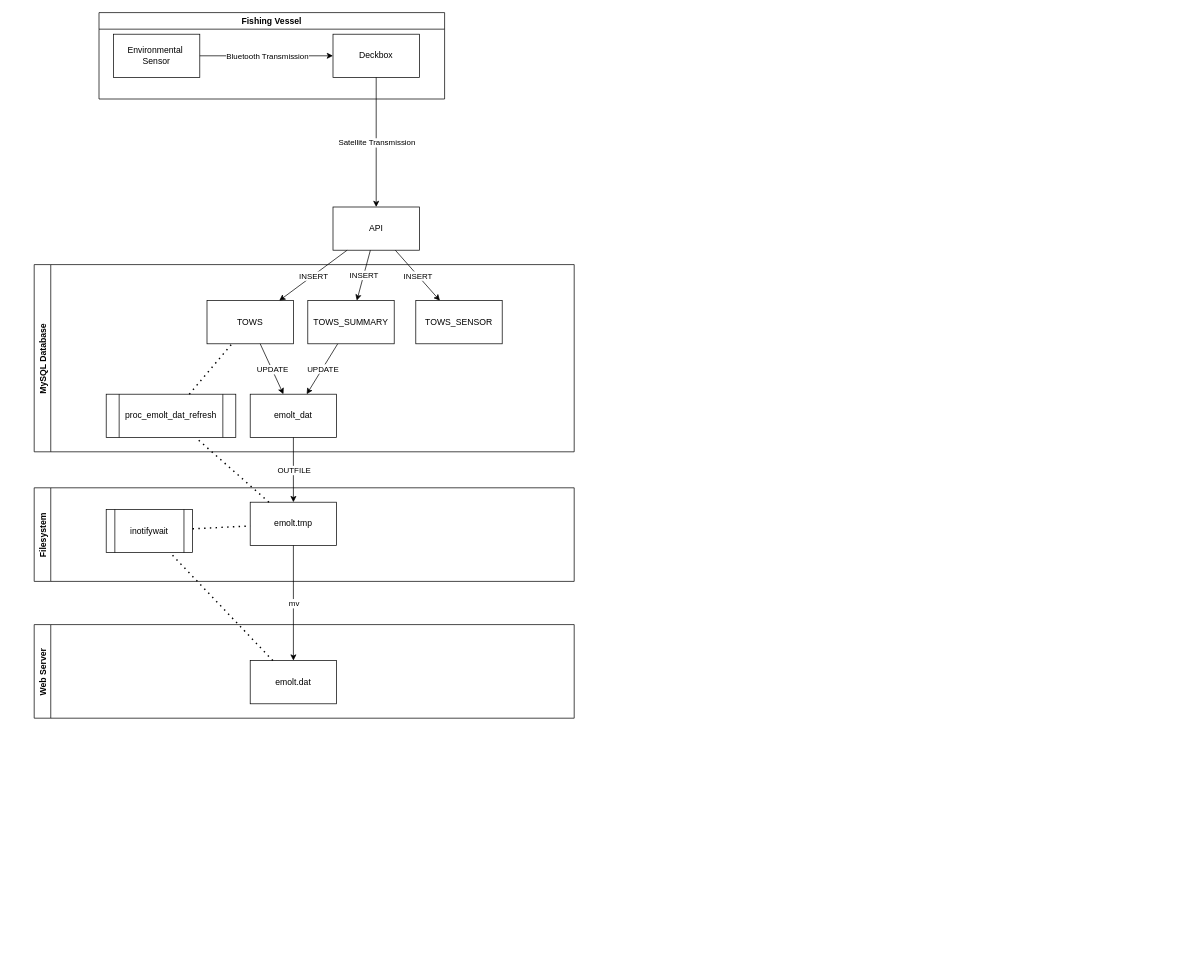
The draw.io diagram emolt_dat_process.drawio in GMaynard1/emolt_serverside, before the edit. Source tidied: cells renumbered, new cells numbered last; positions are measured from the earlier drawing's top-left corner, leaving out a move shared by most shapes. Both pictures are drawn from the tidied source at 72%, with x=0, y=0 at pixel (34, 12).
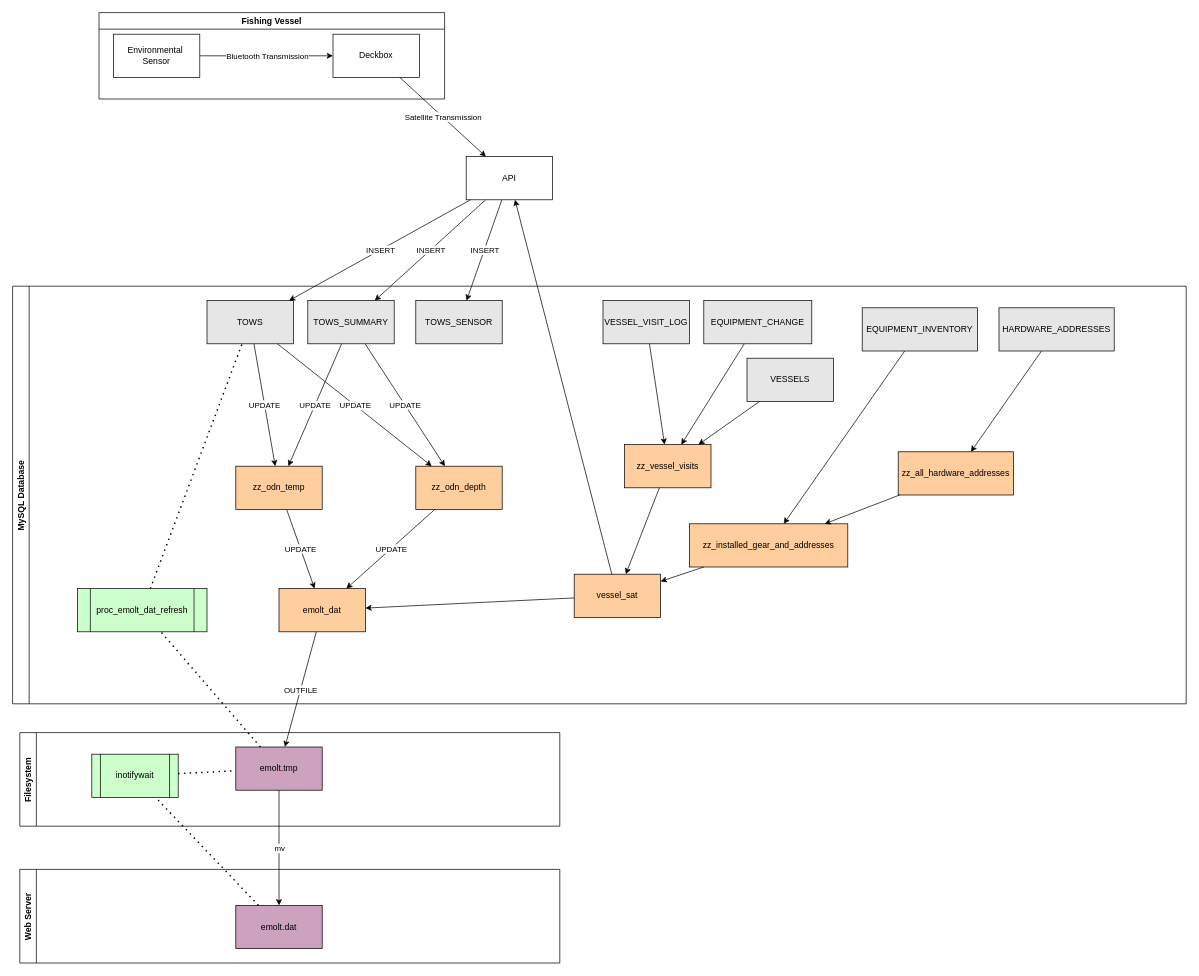
The same diagram, later.

Diff of the diagram source:
```diff
@@
     <mxCell id="7" value="API" style="rounded=0;whiteSpace=wrap;html=1;" parent="1" vertex="1">
-      <mxGeometry x="415" y="270" width="120" height="60" as="geometry" />
+      <mxGeometry x="600" y="200" width="120" height="60" as="geometry" />
     </mxCell>
@@
-    <mxCell id="10" value="TOWS" style="rounded=0;whiteSpace=wrap;html=1;" parent="1" vertex="1">
+    <mxCell id="10" value="TOWS" style="rounded=0;whiteSpace=wrap;html=1;fillColor=#E6E6E6;" parent="1" vertex="1">
       <mxGeometry x="240" y="400" width="120" height="60" as="geometry" />
     </mxCell>
-    <mxCell id="11" value="TOWS_SUMMARY" style="rounded=0;whiteSpace=wrap;html=1;" parent="1" vertex="1">
+    <mxCell id="11" value="TOWS_SUMMARY" style="rounded=0;whiteSpace=wrap;html=1;fillColor=#E6E6E6;" parent="1" vertex="1">
       <mxGeometry x="380" y="400" width="120" height="60" as="geometry" />
     </mxCell>
-    <mxCell id="12" value="TOWS_SENSOR" style="rounded=0;whiteSpace=wrap;html=1;" parent="1" vertex="1">
+    <mxCell id="12" value="TOWS_SENSOR" style="rounded=0;whiteSpace=wrap;html=1;fillColor=#E6E6E6;" parent="1" vertex="1">
       <mxGeometry x="530" y="400" width="120" height="60" as="geometry" />
     </mxCell>
-    <mxCell id="13" value="emolt_dat" style="rounded=0;whiteSpace=wrap;html=1;" parent="1" vertex="1">
-      <mxGeometry x="300" y="530" width="120" height="60" as="geometry" />
-    </mxCell>
@@
-    <mxCell id="20" style="endArrow=classic;html=1;rounded=0;" parent="1" edge="1" source="10" target="13">
-      <mxGeometry relative="1" as="geometry" />
-    </mxCell>
-    <mxCell id="21" value="UPDATE" style="edgeLabel;html=1;align=center;verticalAlign=middle;" parent="20" vertex="1">
-      <mxGeometry relative="1" as="geometry" />
-    </mxCell>
-    <mxCell id="22" style="endArrow=classic;html=1;rounded=0;" parent="1" edge="1" source="11" target="13">
-      <mxGeometry relative="1" as="geometry" />
-    </mxCell>
-    <mxCell id="23" value="UPDATE" style="edgeLabel;html=1;align=center;verticalAlign=middle;" parent="22" vertex="1">
-      <mxGeometry relative="1" as="geometry" />
-    </mxCell>
-    <mxCell id="24" value="emolt.tmp" style="rounded=0;whiteSpace=wrap;html=1;" parent="1" vertex="1">
-      <mxGeometry x="300" y="680" width="120" height="60" as="geometry" />
+    <mxCell id="24" value="emolt.tmp" style="rounded=0;whiteSpace=wrap;html=1;fillColor=#CDA2BE;" parent="1" vertex="1">
+      <mxGeometry x="280" y="1020" width="120" height="60" as="geometry" />
     </mxCell>
@@
-    <mxCell id="27" value="emolt.dat" style="rounded=0;whiteSpace=wrap;html=1;" parent="1" vertex="1">
-      <mxGeometry x="300" y="900" width="120" height="60" as="geometry" />
+    <mxCell id="27" value="emolt.dat" style="rounded=0;whiteSpace=wrap;html=1;fillColor=#CDA2BE;" parent="1" vertex="1">
+      <mxGeometry x="280" y="1240" width="120" height="60" as="geometry" />
     </mxCell>
@@
-    <mxCell id="30" value="proc_emolt_dat_refresh" style="shape=process;whiteSpace=wrap;html=1;backgroundOutline=1;" parent="1" vertex="1">
-      <mxGeometry x="100" y="530" width="180" height="60" as="geometry" />
-    </mxCell>
@@
-    <mxCell id="33" value="inotifywait" style="shape=process;whiteSpace=wrap;html=1;backgroundOutline=1;" parent="1" vertex="1">
-      <mxGeometry x="100" y="690" width="120" height="60" as="geometry" />
+    <mxCell id="33" value="inotifywait" style="shape=process;whiteSpace=wrap;html=1;backgroundOutline=1;fillColor=#CCFFCC;" parent="1" vertex="1">
+      <mxGeometry x="80" y="1030" width="120" height="60" as="geometry" />
     </mxCell>
@@
     <mxCell id="36" value="MySQL Database" style="swimlane;horizontal=0;" parent="1" vertex="1">
-      <mxGeometry y="350" width="750" height="260" as="geometry" />
+      <mxGeometry x="-30" y="380" width="1630" height="580" as="geometry" />
     </mxCell>
+    <mxCell id="39" value="vessel_sat" style="rounded=0;whiteSpace=wrap;html=1;fillColor=#FFCE9F;" parent="36" vertex="1">
+      <mxGeometry x="780" y="400" width="120" height="60" as="geometry" />
+    </mxCell>
+    <mxCell id="13" value="emolt_dat" style="rounded=0;whiteSpace=wrap;html=1;fillColor=#FFCE9F;" parent="36" vertex="1">
+      <mxGeometry x="370" y="420" width="120" height="60" as="geometry" />
+    </mxCell>
+    <mxCell id="30" value="proc_emolt_dat_refresh" style="shape=process;whiteSpace=wrap;html=1;backgroundOutline=1;fillColor=#CCFFCC;" parent="36" vertex="1">
+      <mxGeometry x="90" y="420" width="180" height="60" as="geometry" />
+    </mxCell>
+    <mxCell id="40" value="zz_odn_temp" style="rounded=0;whiteSpace=wrap;html=1;fillColor=#FFCE9F;" parent="36" vertex="1">
+      <mxGeometry x="310" y="250" width="120" height="60" as="geometry" />
+    </mxCell>
+    <mxCell id="41" value="zz_odn_depth" style="rounded=0;whiteSpace=wrap;html=1;fillColor=#FFCE9F;" parent="36" vertex="1">
+      <mxGeometry x="560" y="250" width="120" height="60" as="geometry" />
+    </mxCell>
+    <mxCell id="22" style="endArrow=classic;html=1;rounded=0;" parent="36" edge="1" source="39" target="13">
+      <mxGeometry relative="1" as="geometry" />
+    </mxCell>
+    <mxCell id="42" style="endArrow=classic;html=1;rounded=0;" parent="36" edge="1" source="40" target="13">
+      <mxGeometry relative="1" as="geometry" />
+    </mxCell>
+    <mxCell id="43" value="UPDATE" style="edgeLabel;html=1;align=center;verticalAlign=middle;" parent="42" vertex="1">
+      <mxGeometry relative="1" as="geometry" />
+    </mxCell>
+    <mxCell id="44" style="endArrow=classic;html=1;rounded=0;" parent="36" edge="1" source="41" target="13">
+      <mxGeometry relative="1" as="geometry" />
+    </mxCell>
+    <mxCell id="45" value="UPDATE" style="edgeLabel;html=1;align=center;verticalAlign=middle;" parent="44" vertex="1">
+      <mxGeometry relative="1" as="geometry" />
+    </mxCell>
+    <mxCell id="46" value="zz_vessel_visits" style="rounded=0;whiteSpace=wrap;html=1;strokeColor=#000000;fillColor=#FFCE9F;" parent="36" vertex="1">
+      <mxGeometry x="850" y="220" width="120" height="60" as="geometry" />
+    </mxCell>
+    <mxCell id="47" value="zz_installed_gear_and_addresses" style="rounded=0;whiteSpace=wrap;html=1;strokeColor=#000000;fillColor=#FFCE9F;" parent="36" vertex="1">
+      <mxGeometry x="940" y="330" width="220" height="60" as="geometry" />
+    </mxCell>
+    <mxCell id="48" style="endArrow=classic;html=1;rounded=0;" parent="36" edge="1" source="46" target="39">
+      <mxGeometry relative="1" as="geometry" />
+    </mxCell>
+    <mxCell id="49" style="endArrow=classic;html=1;rounded=0;" parent="36" edge="1" source="47" target="39">
+      <mxGeometry relative="1" as="geometry" />
+    </mxCell>
+    <mxCell id="50" value="VESSEL_VISIT_LOG" style="rounded=0;whiteSpace=wrap;html=1;strokeColor=#000000;fillColor=#E6E6E6;" parent="36" vertex="1">
+      <mxGeometry x="820" y="20" width="120" height="60" as="geometry" />
+    </mxCell>
+    <mxCell id="51" value="VESSELS" style="rounded=0;whiteSpace=wrap;html=1;strokeColor=#000000;fillColor=#E6E6E6;" parent="36" vertex="1">
+      <mxGeometry x="1020" y="100" width="120" height="60" as="geometry" />
+    </mxCell>
+    <mxCell id="52" value="EQUIPMENT_CHANGE" style="rounded=0;whiteSpace=wrap;html=1;strokeColor=#000000;fillColor=#E6E6E6;" parent="36" vertex="1">
+      <mxGeometry x="960" y="20" width="150" height="60" as="geometry" />
+    </mxCell>
+    <mxCell id="53" style="endArrow=classic;html=1;rounded=0;" parent="36" edge="1" source="50" target="46">
+      <mxGeometry relative="1" as="geometry" />
+    </mxCell>
+    <mxCell id="54" style="endArrow=classic;html=1;rounded=0;" parent="36" edge="1" source="52" target="46">
+      <mxGeometry relative="1" as="geometry" />
+    </mxCell>
+    <mxCell id="55" style="endArrow=classic;html=1;rounded=0;" parent="36" edge="1" source="51" target="46">
+      <mxGeometry relative="1" as="geometry" />
+    </mxCell>
+    <mxCell id="56" value="zz_all_hardware_addresses" style="rounded=0;whiteSpace=wrap;html=1;strokeColor=#000000;fillColor=#FFCE9F;" parent="36" vertex="1">
+      <mxGeometry x="1230" y="230" width="160" height="60" as="geometry" />
+    </mxCell>
+    <mxCell id="57" value="HARDWARE_ADDRESSES" style="rounded=0;whiteSpace=wrap;html=1;strokeColor=#000000;fillColor=#E6E6E6;" parent="36" vertex="1">
+      <mxGeometry x="1370" y="30" width="160" height="60" as="geometry" />
+    </mxCell>
+    <mxCell id="58" style="endArrow=classic;html=1;rounded=0;" parent="36" edge="1" source="57" target="56">
+      <mxGeometry relative="1" as="geometry" />
+    </mxCell>
+    <mxCell id="59" style="endArrow=classic;html=1;rounded=0;" parent="36" edge="1" source="56" target="47">
+      <mxGeometry relative="1" as="geometry" />
+    </mxCell>
     <mxCell id="37" value="Filesystem" style="swimlane;horizontal=0;" parent="1" vertex="1">
-      <mxGeometry y="660" width="750" height="130" as="geometry" />
+      <mxGeometry x="-20" y="1000" width="750" height="130" as="geometry" />
     </mxCell>
     <mxCell id="38" value="Web Server" style="swimlane;horizontal=0;" parent="1" vertex="1">
-      <mxGeometry y="850" width="750" height="130" as="geometry" />
+      <mxGeometry x="-20" y="1190" width="750" height="130" as="geometry" />
     </mxCell>
+    <mxCell id="60" style="endArrow=classic;html=1;rounded=0;" parent="1" edge="1" source="10" target="40">
+      <mxGeometry relative="1" as="geometry" />
+    </mxCell>
+    <mxCell id="61" value="UPDATE" style="edgeLabel;html=1;align=center;verticalAlign=middle;" parent="60" vertex="1">
+      <mxGeometry relative="1" as="geometry" />
+    </mxCell>
+    <mxCell id="62" style="endArrow=classic;html=1;rounded=0;" parent="1" edge="1" source="11" target="40">
+      <mxGeometry relative="1" as="geometry" />
+    </mxCell>
+    <mxCell id="63" value="UPDATE" style="edgeLabel;html=1;align=center;verticalAlign=middle;" parent="62" vertex="1">
+      <mxGeometry relative="1" as="geometry" />
+    </mxCell>
+    <mxCell id="64" style="endArrow=classic;html=1;rounded=0;" parent="1" edge="1" source="10" target="41">
+      <mxGeometry relative="1" as="geometry" />
+    </mxCell>
+    <mxCell id="65" value="UPDATE" style="edgeLabel;html=1;align=center;verticalAlign=middle;" parent="64" vertex="1">
+      <mxGeometry relative="1" as="geometry" />
+    </mxCell>
+    <mxCell id="66" style="endArrow=classic;html=1;rounded=0;" parent="1" edge="1" source="11" target="41">
+      <mxGeometry relative="1" as="geometry" />
+    </mxCell>
+    <mxCell id="67" value="UPDATE" style="edgeLabel;html=1;align=center;verticalAlign=middle;" parent="66" vertex="1">
+      <mxGeometry relative="1" as="geometry" />
+    </mxCell>
+    <mxCell id="68" value="EQUIPMENT_INVENTORY" style="rounded=0;whiteSpace=wrap;html=1;strokeColor=#000000;fillColor=#E6E6E6;" parent="1" vertex="1">
+      <mxGeometry x="1150" y="410" width="160" height="60" as="geometry" />
+    </mxCell>
+    <mxCell id="69" style="endArrow=classic;html=1;rounded=0;" parent="1" edge="1" source="68" target="47">
+      <mxGeometry relative="1" as="geometry" />
+    </mxCell>
+    <mxCell id="70" style="endArrow=classic;html=1;rounded=0;" parent="1" edge="1" source="39" target="7">
+      <mxGeometry relative="1" as="geometry" />
+    </mxCell>
```
